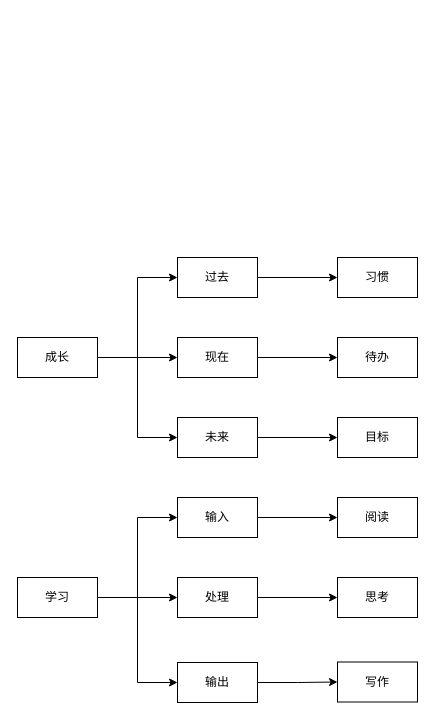
This is 人生系统.drawio from youyusan/life_system, a draw.io file, before an edit. Source tidied: cells renumbered, new cells numbered last; positions are measured from the earlier drawing's top-left corner, leaving out a move shared by most shapes. Both pictures are drawn from the tidied source at 100%, with x=0, y=0 at pixel (17, 257).
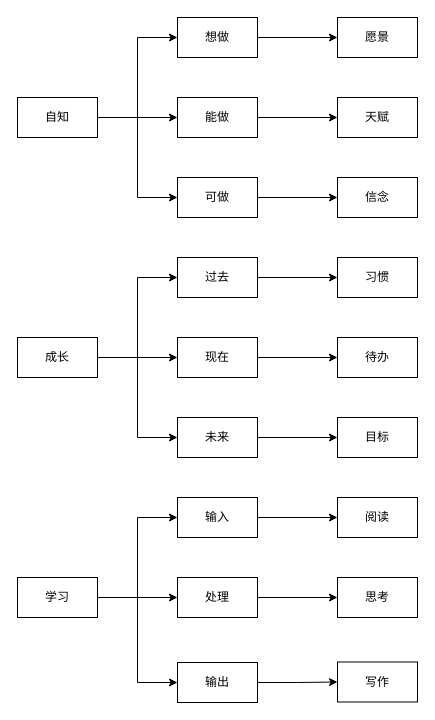
After the change.

Commit message:
更新人生系统.drawio

The edit, as a diff of the source:
```diff
@@
+    <mxCell id="28" style="edgeStyle=orthogonalEdgeStyle;rounded=0;jettySize=auto;html=1;entryX=0;entryY=0.5;entryDx=0;entryDy=0;" parent="1" edge="1" source="31" target="37">
+      <mxGeometry relative="1" as="geometry" />
+    </mxCell>
+    <mxCell id="29" style="edgeStyle=orthogonalEdgeStyle;rounded=0;jettySize=auto;html=1;" parent="1" edge="1" source="31" target="35">
+      <mxGeometry relative="1" as="geometry" />
+    </mxCell>
+    <mxCell id="30" style="edgeStyle=orthogonalEdgeStyle;rounded=0;jettySize=auto;html=1;entryX=0;entryY=0.5;entryDx=0;entryDy=0;" parent="1" edge="1" source="31" target="33">
+      <mxGeometry relative="1" as="geometry" />
+    </mxCell>
+    <mxCell id="31" value="自知" style="rounded=0;whiteSpace=wrap;html=1;" parent="1" vertex="1">
+      <mxGeometry y="-160" width="80" height="40" as="geometry" />
+    </mxCell>
+    <mxCell id="32" style="edgeStyle=orthogonalEdgeStyle;rounded=0;jettySize=auto;html=1;entryX=0;entryY=0.5;entryDx=0;entryDy=0;" parent="1" edge="1" source="33" target="40">
+      <mxGeometry relative="1" as="geometry" />
+    </mxCell>
+    <mxCell id="33" value="可做" style="rounded=0;whiteSpace=wrap;html=1;" parent="1" vertex="1">
+      <mxGeometry x="160" y="-80" width="80" height="40" as="geometry" />
+    </mxCell>
+    <mxCell id="34" style="edgeStyle=orthogonalEdgeStyle;rounded=0;jettySize=auto;html=1;" parent="1" edge="1" source="35" target="39">
+      <mxGeometry relative="1" as="geometry" />
+    </mxCell>
+    <mxCell id="35" value="能做" style="rounded=0;whiteSpace=wrap;html=1;" parent="1" vertex="1">
+      <mxGeometry x="160" y="-160" width="80" height="40" as="geometry" />
+    </mxCell>
+    <mxCell id="36" style="edgeStyle=orthogonalEdgeStyle;rounded=0;jettySize=auto;html=1;entryX=0;entryY=0.5;entryDx=0;entryDy=0;" parent="1" edge="1" source="37" target="38">
+      <mxGeometry relative="1" as="geometry" />
+    </mxCell>
+    <mxCell id="37" value="想做" style="rounded=0;whiteSpace=wrap;html=1;" parent="1" vertex="1">
+      <mxGeometry x="160" y="-240" width="80" height="40" as="geometry" />
+    </mxCell>
+    <mxCell id="38" value="愿景" style="rounded=0;whiteSpace=wrap;html=1;" parent="1" vertex="1">
+      <mxGeometry x="320" y="-240" width="80" height="40" as="geometry" />
+    </mxCell>
+    <mxCell id="39" value="天赋" style="rounded=0;whiteSpace=wrap;html=1;" parent="1" vertex="1">
+      <mxGeometry x="320" y="-160" width="80" height="40" as="geometry" />
+    </mxCell>
+    <mxCell id="40" value="信念" style="rounded=0;whiteSpace=wrap;html=1;" parent="1" vertex="1">
+      <mxGeometry x="320" y="-80" width="80" height="40" as="geometry" />
+    </mxCell>
```
